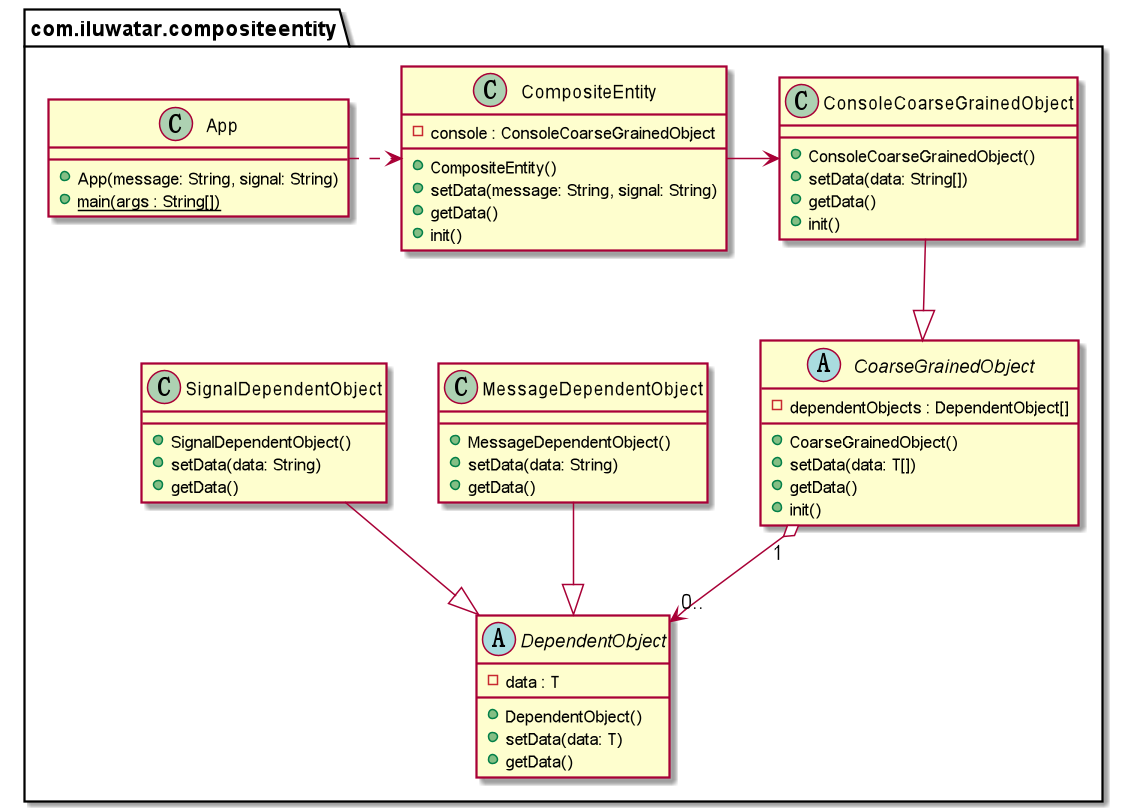
Before: composite-entity/etc/composite_entity.urm.png, a diagram exported from PlantUML (iluwatar/java-design-patterns).
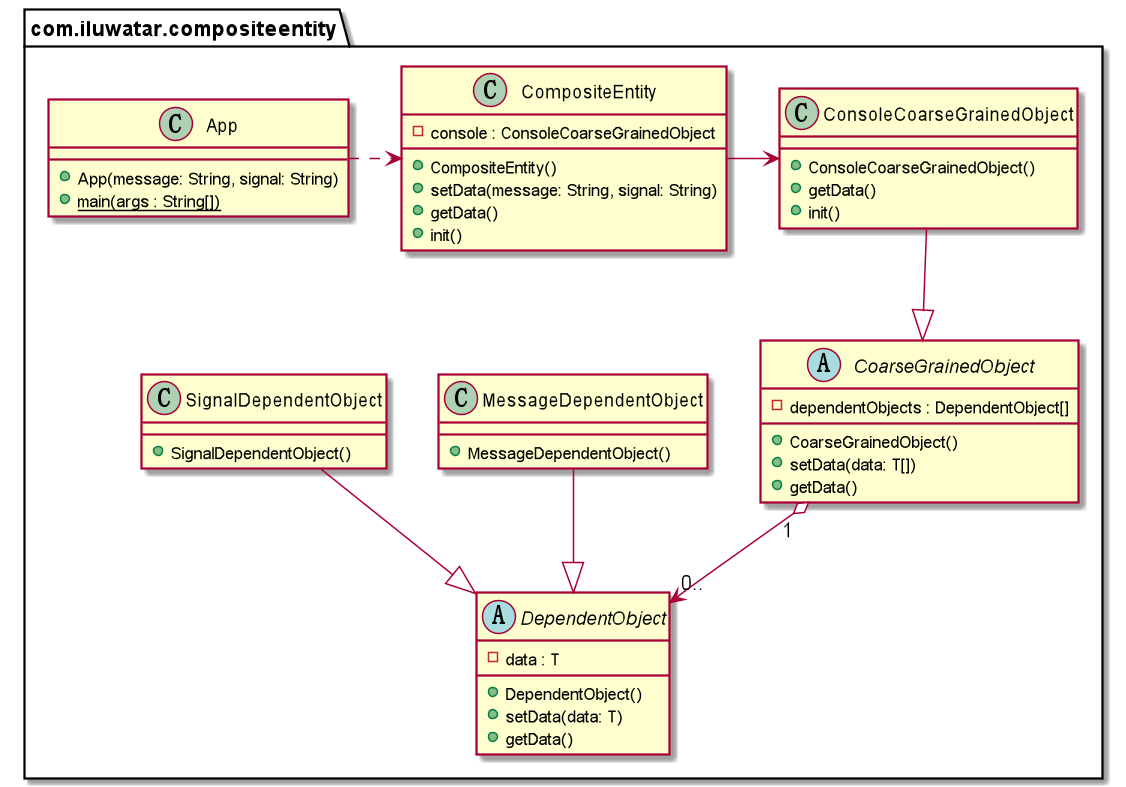
The same file after the commit.

Diff of the diagram source:
```diff
@@ -16,7 +16,6 @@
     + CoarseGrainedObject()
     + setData(data: T[])
     + getData()
-    + init()
   }
   abstract DependentObject{
       - data : T
@@ -26,19 +25,14 @@
   }
   class ConsoleCoarseGrainedObject{
       + ConsoleCoarseGrainedObject()
-      + setData(data: String[])
       + getData()
       + init()
   }
   class MessageDependentObject{
           + MessageDependentObject()
-          + setData(data: String)
-          + getData()
   }
   class SignalDependentObject{
             + SignalDependentObject()
-            + setData(data: String)
-            + getData()
   }
 
   MessageDependentObject --|> DependentObject
```
